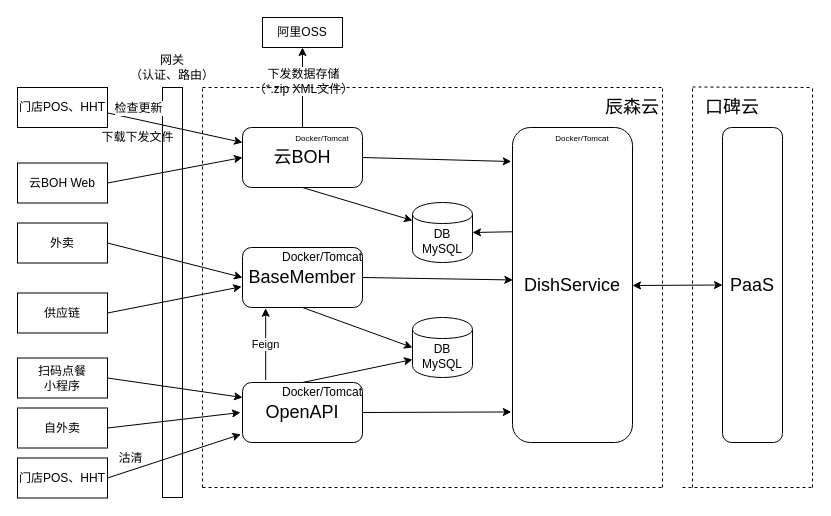
Earlier version of the draw.io diagram 云BOH全景架构.drawio (liuchenwei2000/diagram). Source tidied: cells renumbered, new cells numbered last; positions are measured from the earlier drawing's top-left corner, leaving out a move shared by most shapes. Both pictures are drawn from the tidied source at 100%, with x=0, y=0 at pixel (17, 17).
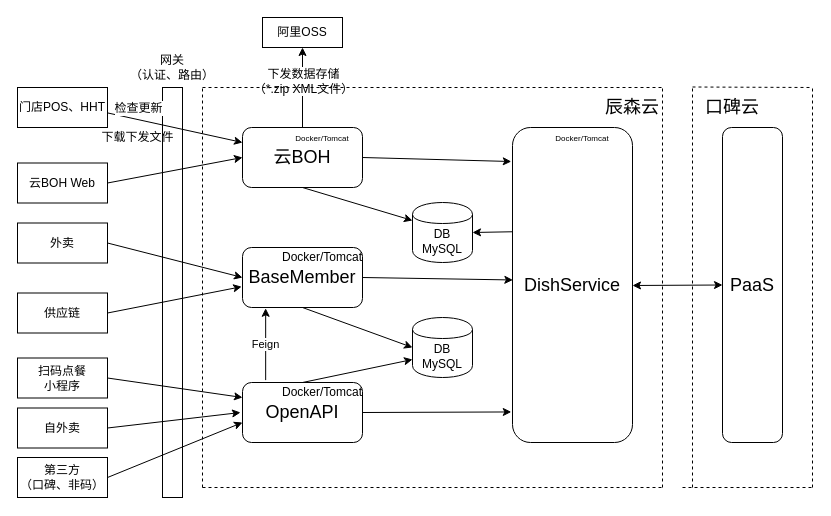
After the change.

Commit message (it also covers changes not shown here):
Update 云BOH全景架构.drawio

The change refers to these unchanged cells:
```xml
<mxCell id="4" value="&lt;font style=&quot;font-size: 18px&quot;&gt;OpenAPI&lt;/font&gt;" style="rounded=1;whiteSpace=wrap;html=1;" parent="1" vertex="1">
  <mxGeometry x="225" y="365" width="120" height="60" as="geometry" />
</mxCell>
```

Diff of the diagram source:
```diff
@@
-    <mxCell id="46" value="门店POS、HHT" style="rounded=0;whiteSpace=wrap;html=1;" parent="1" vertex="1">
-      <mxGeometry y="440.5" width="90" height="40" as="geometry" />
-    </mxCell>
-    <mxCell id="47" style="endArrow=classic;html=1;exitX=1;exitY=0.5;exitDx=0;exitDy=0;entryX=-0.013;entryY=0.863;entryDx=0;entryDy=0;entryPerimeter=0;" parent="1" edge="1" source="46" target="4">
-      <mxGeometry relative="1" as="geometry" />
-    </mxCell>
-    <mxCell id="48" value="沽清" style="text;html=1;align=center;verticalAlign=middle;labelBackgroundColor=#ffffff;" parent="47" vertex="1">
-      <mxGeometry x="-0.58" y="-3" relative="1" as="geometry">
-        <mxPoint x="-5.8" y="-13.8" as="offset" />
-      </mxGeometry>
-    </mxCell>
@@
+    <mxCell id="54" value="第三方&lt;br&gt;（口碑、非码）" style="rounded=0;whiteSpace=wrap;html=1;" parent="1" vertex="1">
+      <mxGeometry y="440" width="90" height="40" as="geometry" />
+    </mxCell>
+    <mxCell id="55" style="endArrow=classic;html=1;exitX=1;exitY=0.5;exitDx=0;exitDy=0;" parent="1" edge="1" source="54">
+      <mxGeometry relative="1" as="geometry">
+        <mxPoint x="225" y="405" as="targetPoint" />
+      </mxGeometry>
+    </mxCell>
```
